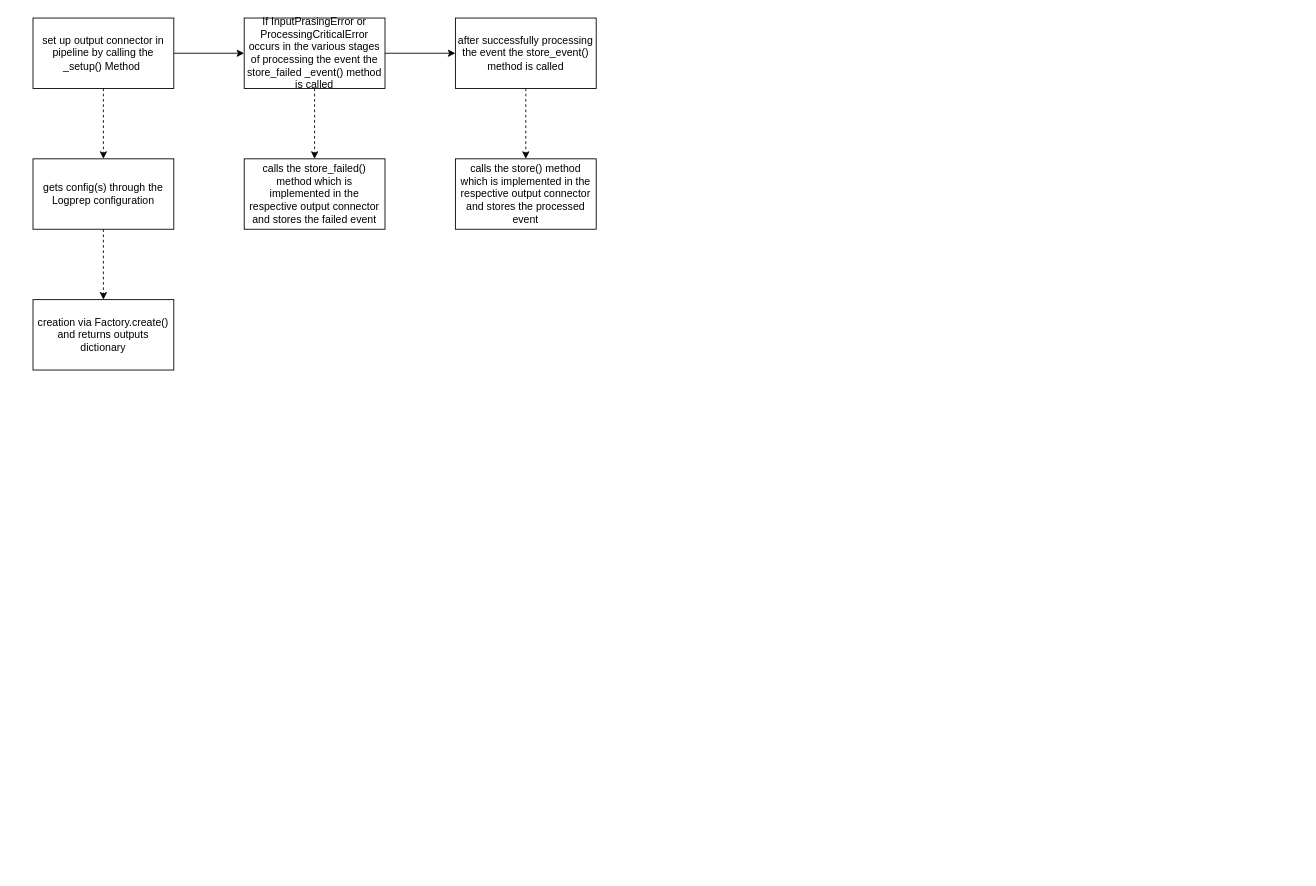
This is doc/source/development/architecture/diagramms/output.drawio from fkie-cad/Logprep, a draw.io file, before an edit. Source tidied: cells renumbered, new cells numbered last; positions are measured from the earlier drawing's top-left corner, leaving out a move shared by most shapes. Both pictures are drawn from the tidied source at 88%, with x=0, y=0 at pixel (33, 18).
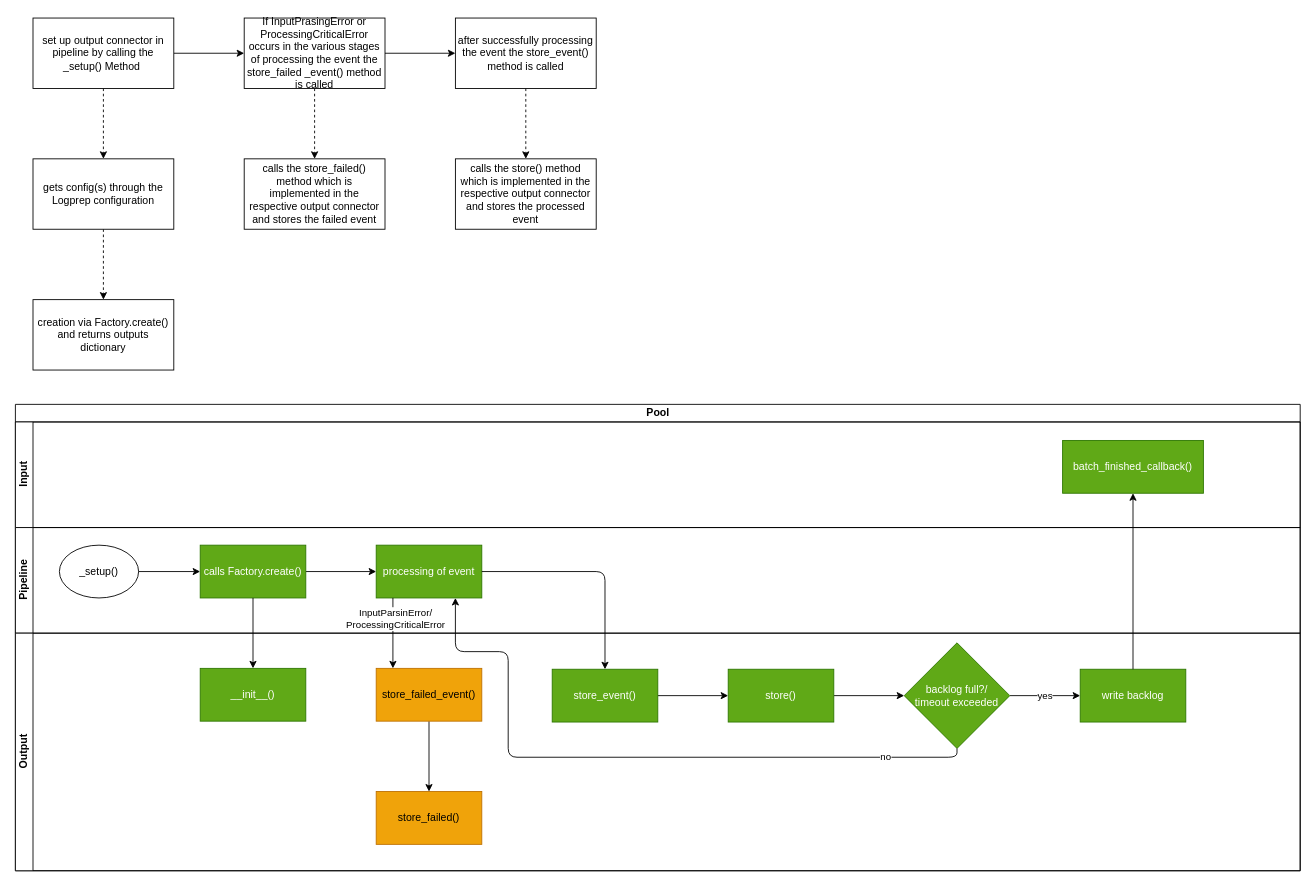
The same diagram, later.

Commit message:
output diagram

The edit, as a diff of the source:
```diff
@@
+    <mxCell id="15" value="Pool" style="swimlane;horizontal=1;startSize=20;html=1;" parent="1" vertex="1">
+      <mxGeometry x="-20" y="439" width="1460" height="530" as="geometry" />
+    </mxCell>
+    <mxCell id="16" value="Input" style="swimlane;startSize=20;horizontal=0;html=1;" parent="15" vertex="1">
+      <mxGeometry y="20" width="1460" height="120" as="geometry" />
+    </mxCell>
+    <mxCell id="17" value="batch_finished_callback()" style="rounded=0;whiteSpace=wrap;html=1;fillColor=#60a917;fontColor=#ffffff;strokeColor=#2D7600;" parent="16" vertex="1">
+      <mxGeometry x="1190" y="21" width="160" height="60" as="geometry" />
+    </mxCell>
+    <mxCell id="18" value="Pipeline" style="swimlane;startSize=20;horizontal=0;html=1;" parent="15" vertex="1">
+      <mxGeometry y="140" width="1460" height="120" as="geometry" />
+    </mxCell>
+    <mxCell id="19" value="_setup()" style="ellipse;whiteSpace=wrap;html=1;" parent="18" vertex="1">
+      <mxGeometry x="50" y="20" width="90" height="60" as="geometry" />
+    </mxCell>
+    <mxCell id="20" style="edgeStyle=none;html=1;" parent="18" edge="1" source="19" target="22">
+      <mxGeometry relative="1" as="geometry" />
+    </mxCell>
+    <mxCell id="21" style="edgeStyle=none;html=1;" parent="18" edge="1" source="22" target="23">
+      <mxGeometry relative="1" as="geometry" />
+    </mxCell>
+    <mxCell id="22" value="calls Factory.create()" style="whiteSpace=wrap;html=1;fillColor=#60a917;fontColor=#ffffff;strokeColor=#2D7600;" parent="18" vertex="1">
+      <mxGeometry x="210" y="20" width="120" height="60" as="geometry" />
+    </mxCell>
+    <mxCell id="23" value="processing of event" style="whiteSpace=wrap;html=1;fillColor=#60a917;strokeColor=#2D7600;fontColor=#ffffff;" parent="18" vertex="1">
+      <mxGeometry x="410" y="20" width="120" height="60" as="geometry" />
+    </mxCell>
+    <mxCell id="24" value="Output" style="swimlane;startSize=20;horizontal=0;html=1;" parent="15" vertex="1">
+      <mxGeometry y="260" width="1460" height="270" as="geometry" />
+    </mxCell>
+    <mxCell id="25" value="__init__()" style="whiteSpace=wrap;html=1;fillColor=#60a917;strokeColor=#2D7600;fontColor=#ffffff;" parent="24" vertex="1">
+      <mxGeometry x="210" y="40" width="120" height="60" as="geometry" />
+    </mxCell>
+    <mxCell id="26" style="edgeStyle=orthogonalEdgeStyle;html=1;" parent="24" edge="1" source="27" target="35">
+      <mxGeometry relative="1" as="geometry" />
+    </mxCell>
+    <mxCell id="27" value="store_failed_event()" style="whiteSpace=wrap;html=1;fillColor=#f0a30a;strokeColor=#BD7000;fontColor=#000000;" parent="24" vertex="1">
+      <mxGeometry x="410" y="40" width="120" height="60" as="geometry" />
+    </mxCell>
+    <mxCell id="28" style="edgeStyle=orthogonalEdgeStyle;html=1;" parent="24" edge="1" source="29" target="31">
+      <mxGeometry relative="1" as="geometry" />
+    </mxCell>
+    <mxCell id="29" value="store_event()" style="whiteSpace=wrap;html=1;rounded=0;fillColor=#60a917;fontColor=#ffffff;strokeColor=#2D7600;" parent="24" vertex="1">
+      <mxGeometry x="610" y="41" width="120" height="60" as="geometry" />
+    </mxCell>
+    <mxCell id="30" style="edgeStyle=orthogonalEdgeStyle;html=1;" parent="24" edge="1" source="31" target="33">
+      <mxGeometry relative="1" as="geometry" />
+    </mxCell>
+    <mxCell id="31" value="store()" style="whiteSpace=wrap;html=1;fillColor=#60a917;strokeColor=#2D7600;fontColor=#ffffff;rounded=0;" parent="24" vertex="1">
+      <mxGeometry x="810" y="41" width="120" height="60" as="geometry" />
+    </mxCell>
+    <mxCell id="32" value="yes" style="edgeStyle=orthogonalEdgeStyle;html=1;" parent="24" edge="1" source="33" target="34">
+      <mxGeometry relative="1" as="geometry" />
+    </mxCell>
+    <mxCell id="33" value="backlog full?/&lt;br&gt;timeout exceeded" style="rhombus;whiteSpace=wrap;html=1;rounded=0;fillColor=#60a917;fontColor=#ffffff;strokeColor=#2D7600;" parent="24" vertex="1">
+      <mxGeometry x="1010" y="11" width="120" height="120" as="geometry" />
+    </mxCell>
+    <mxCell id="34" value="write backlog" style="whiteSpace=wrap;html=1;rounded=0;fillColor=#60a917;fontColor=#ffffff;strokeColor=#2D7600;" parent="24" vertex="1">
+      <mxGeometry x="1210" y="41" width="120" height="60" as="geometry" />
+    </mxCell>
+    <mxCell id="35" value="store_failed()" style="whiteSpace=wrap;html=1;fillColor=#f0a30a;strokeColor=#BD7000;fontColor=#000000;" parent="24" vertex="1">
+      <mxGeometry x="410" y="180" width="120" height="60" as="geometry" />
+    </mxCell>
+    <mxCell id="36" style="edgeStyle=none;html=1;" parent="15" edge="1" source="22" target="25">
+      <mxGeometry relative="1" as="geometry" />
+    </mxCell>
+    <mxCell id="37" style="edgeStyle=none;html=1;" parent="15" edge="1">
+      <mxGeometry relative="1" as="geometry">
+        <mxPoint x="429" y="220" as="sourcePoint" />
+        <mxPoint x="429" y="300" as="targetPoint" />
+      </mxGeometry>
+    </mxCell>
+    <mxCell id="38" value="InputParsinError/&lt;br&gt;ProcessingCriticalError" style="edgeLabel;html=1;align=center;verticalAlign=middle;" parent="37" vertex="1">
+      <mxGeometry x="-0.69" y="2" relative="1" as="geometry">
+        <mxPoint y="11" as="offset" />
+      </mxGeometry>
+    </mxCell>
+    <mxCell id="39" style="edgeStyle=orthogonalEdgeStyle;html=1;entryX=0.5;entryY=0;entryDx=0;entryDy=0;" parent="15" edge="1" source="23" target="29">
+      <mxGeometry relative="1" as="geometry" />
+    </mxCell>
+    <mxCell id="40" style="edgeStyle=orthogonalEdgeStyle;html=1;entryX=0.5;entryY=1;entryDx=0;entryDy=0;" parent="15" edge="1" source="34" target="17">
+      <mxGeometry relative="1" as="geometry" />
+    </mxCell>
+    <mxCell id="41" value="no" style="edgeStyle=orthogonalEdgeStyle;html=1;exitX=0.5;exitY=1;exitDx=0;exitDy=0;entryX=0.75;entryY=1;entryDx=0;entryDy=0;" parent="15" edge="1" source="33" target="23">
+      <mxGeometry x="-0.76" relative="1" as="geometry">
+        <Array as="points">
+          <mxPoint x="1070" y="401" />
+          <mxPoint x="560" y="401" />
+          <mxPoint x="560" y="281" />
+          <mxPoint x="500" y="281" />
+        </Array>
+      </mxGeometry>
+    </mxCell>
```
